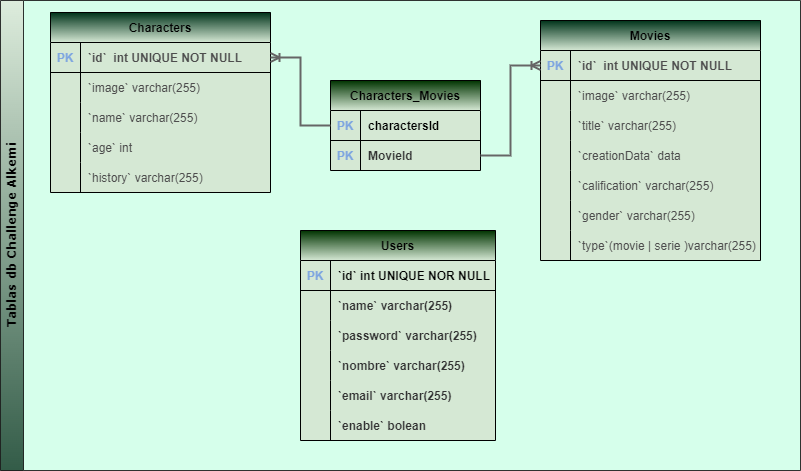
alekusa/api_nodejs keeps this draw.io diagram as db.png. Above is the earlier version. Source tidied: cells renumbered, new cells last; positions are measured from the earlier drawing's top-left corner, leaving out a move shared by most shapes.
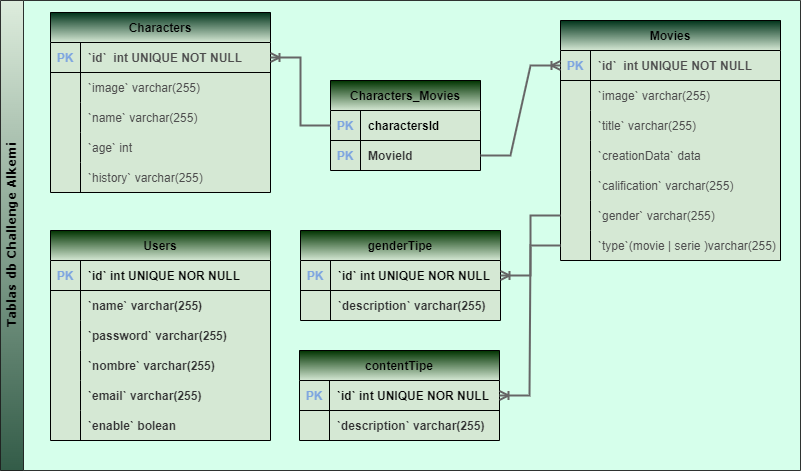
The same diagram one commit later.

Change to the diagram source:
```diff
@@ -84,7 +84,7 @@
       <mxGeometry relative="1" as="geometry" />
     </mxCell>
     <mxCell id="29" value="Movies" style="shape=table;startSize=30;rowLines=0;fontStyle=1;align=center;gradientColor=#00331A;swimlaneFillColor=#D5E8D4;fillColor=#D5E8D4;fontColor=#000000;gradientDirection=north;" parent="2" vertex="1">
-      <mxGeometry x="540" y="20" width="220" height="240" as="geometry" />
+      <mxGeometry x="560" y="20" width="220" height="240" as="geometry" />
     </mxCell>
     <mxCell id="30" style="shape=tableRow;horizontal=0;startSize=0;swimlaneHead=0;swimlaneBody=0;fillColor=none;points=[[0,0.5],[1,0.5]];portConstraint=eastwest;strokeColor=inherit;top=0;left=0;right=0;bottom=1;" parent="29" vertex="1">
       <mxGeometry y="30" width="220" height="30" as="geometry" />
@@ -153,61 +153,109 @@
       <mxGeometry relative="1" as="geometry" />
     </mxCell>
     <mxCell id="52" value="Users" style="shape=table;startSize=30;rowLines=0;fontStyle=1;align=center;gradientColor=#003300;gradientDirection=north;swimlaneFillColor=#D5E8D4;fontColor=#000000;fillColor=#D5E8D4;" parent="2" vertex="1">
-      <mxGeometry x="300" y="230" width="195" height="210" as="geometry" />
+      <mxGeometry x="50" y="230" width="220" height="210" as="geometry" />
     </mxCell>
     <mxCell id="53" style="shape=tableRow;horizontal=0;startSize=0;swimlaneHead=0;swimlaneBody=0;fillColor=none;strokeColor=inherit;top=0;left=0;right=0;bottom=1;fontColor=#666666;" parent="52" vertex="1">
-      <mxGeometry y="30" width="195" height="30" as="geometry" />
+      <mxGeometry y="30" width="220" height="30" as="geometry" />
     </mxCell>
     <mxCell id="54" value="PK" style="shape=partialRectangle;overflow=hidden;fillColor=none;strokeColor=inherit;top=0;left=0;bottom=0;right=0;fontStyle=1;fontColor=#7EA6E0;" parent="53" vertex="1">
       <mxGeometry width="30" height="30" as="geometry" />
     </mxCell>
     <mxCell id="55" value="`id` int UNIQUE NOR NULL" style="shape=partialRectangle;overflow=hidden;fillColor=none;align=left;strokeColor=inherit;top=0;left=0;bottom=0;right=0;spacingLeft=6;fontStyle=1;fontColor=#000000;" parent="53" vertex="1">
-      <mxGeometry x="30" width="165" height="30" as="geometry" />
+      <mxGeometry x="30" width="190" height="30" as="geometry" />
     </mxCell>
     <mxCell id="56" style="shape=tableRow;horizontal=0;startSize=0;swimlaneHead=0;swimlaneBody=0;fillColor=none;strokeColor=inherit;top=0;left=0;right=0;bottom=0;fontColor=#666666;" parent="52" vertex="1">
-      <mxGeometry y="60" width="195" height="30" as="geometry" />
+      <mxGeometry y="60" width="220" height="30" as="geometry" />
     </mxCell>
     <mxCell id="57" style="shape=partialRectangle;overflow=hidden;fillColor=none;strokeColor=inherit;top=0;left=0;bottom=0;right=0;fontColor=#7EA6E0;fontStyle=1;" parent="56" vertex="1">
       <mxGeometry width="30" height="30" as="geometry" />
     </mxCell>
     <mxCell id="58" value="`name` varchar(255)" style="shape=partialRectangle;overflow=hidden;fillColor=none;align=left;strokeColor=inherit;top=0;left=0;bottom=0;right=0;spacingLeft=6;fontColor=#333333;fontStyle=1;" parent="56" vertex="1">
-      <mxGeometry x="30" width="165" height="30" as="geometry" />
+      <mxGeometry x="30" width="190" height="30" as="geometry" />
     </mxCell>
     <mxCell id="59" style="shape=tableRow;horizontal=0;startSize=0;swimlaneHead=0;swimlaneBody=0;fillColor=none;strokeColor=inherit;top=0;left=0;right=0;bottom=0;fontColor=#666666;" parent="52" vertex="1">
-      <mxGeometry y="90" width="195" height="30" as="geometry" />
+      <mxGeometry y="90" width="220" height="30" as="geometry" />
     </mxCell>
     <mxCell id="60" style="shape=partialRectangle;overflow=hidden;fillColor=none;strokeColor=inherit;top=0;left=0;bottom=0;right=0;fontColor=#7EA6E0;fontStyle=1;" parent="59" vertex="1">
       <mxGeometry width="30" height="30" as="geometry" />
     </mxCell>
     <mxCell id="61" value="`password` varchar(255)" style="shape=partialRectangle;overflow=hidden;fillColor=none;align=left;strokeColor=inherit;top=0;left=0;bottom=0;right=0;spacingLeft=6;fontColor=#333333;fontStyle=1;" parent="59" vertex="1">
-      <mxGeometry x="30" width="165" height="30" as="geometry" />
+      <mxGeometry x="30" width="190" height="30" as="geometry" />
     </mxCell>
     <mxCell id="62" style="shape=tableRow;horizontal=0;startSize=0;swimlaneHead=0;swimlaneBody=0;fillColor=none;strokeColor=inherit;top=0;left=0;right=0;bottom=0;fontColor=#666666;" parent="52" vertex="1">
-      <mxGeometry y="120" width="195" height="30" as="geometry" />
+      <mxGeometry y="120" width="220" height="30" as="geometry" />
     </mxCell>
     <mxCell id="63" style="shape=partialRectangle;overflow=hidden;fillColor=none;strokeColor=inherit;top=0;left=0;bottom=0;right=0;fontColor=#7EA6E0;fontStyle=1;" parent="62" vertex="1">
       <mxGeometry width="30" height="30" as="geometry" />
     </mxCell>
     <mxCell id="64" value="`nombre` varchar(255)" style="shape=partialRectangle;overflow=hidden;fillColor=none;align=left;strokeColor=inherit;top=0;left=0;bottom=0;right=0;spacingLeft=6;fontColor=#333333;fontStyle=1;" parent="62" vertex="1">
-      <mxGeometry x="30" width="165" height="30" as="geometry" />
+      <mxGeometry x="30" width="190" height="30" as="geometry" />
     </mxCell>
     <mxCell id="65" style="shape=tableRow;horizontal=0;startSize=0;swimlaneHead=0;swimlaneBody=0;fillColor=none;strokeColor=inherit;top=0;left=0;right=0;bottom=0;fontColor=#666666;" parent="52" vertex="1">
-      <mxGeometry y="150" width="195" height="30" as="geometry" />
+      <mxGeometry y="150" width="220" height="30" as="geometry" />
     </mxCell>
     <mxCell id="66" style="shape=partialRectangle;overflow=hidden;fillColor=none;strokeColor=inherit;top=0;left=0;bottom=0;right=0;fontColor=#7EA6E0;fontStyle=1;" parent="65" vertex="1">
       <mxGeometry width="30" height="30" as="geometry" />
     </mxCell>
     <mxCell id="67" value="`email` varchar(255)" style="shape=partialRectangle;overflow=hidden;fillColor=none;align=left;strokeColor=inherit;top=0;left=0;bottom=0;right=0;spacingLeft=6;fontColor=#333333;fontStyle=1;" parent="65" vertex="1">
-      <mxGeometry x="30" width="165" height="30" as="geometry" />
+      <mxGeometry x="30" width="190" height="30" as="geometry" />
     </mxCell>
     <mxCell id="68" style="shape=tableRow;horizontal=0;startSize=0;swimlaneHead=0;swimlaneBody=0;fillColor=none;strokeColor=inherit;top=0;left=0;right=0;bottom=0;fontColor=#666666;" parent="52" vertex="1">
-      <mxGeometry y="180" width="195" height="30" as="geometry" />
+      <mxGeometry y="180" width="220" height="30" as="geometry" />
     </mxCell>
     <mxCell id="69" style="shape=partialRectangle;overflow=hidden;fillColor=none;strokeColor=inherit;top=0;left=0;bottom=0;right=0;fontColor=#7EA6E0;fontStyle=1;" parent="68" vertex="1">
       <mxGeometry width="30" height="30" as="geometry" />
     </mxCell>
     <mxCell id="70" value="`enable` bolean" style="shape=partialRectangle;overflow=hidden;fillColor=none;align=left;strokeColor=inherit;top=0;left=0;bottom=0;right=0;spacingLeft=6;fontColor=#333333;fontStyle=1;" parent="68" vertex="1">
-      <mxGeometry x="30" width="165" height="30" as="geometry" />
+      <mxGeometry x="30" width="190" height="30" as="geometry" />
     </mxCell>
+    <mxCell id="71" value="genderTipe" style="shape=table;startSize=30;rowLines=0;fontStyle=1;align=center;gradientColor=#003300;gradientDirection=north;swimlaneFillColor=#D5E8D4;fontColor=#000000;fillColor=#D5E8D4;" parent="2" vertex="1">
+      <mxGeometry x="300" y="230" width="200" height="90" as="geometry" />
+    </mxCell>
+    <mxCell id="72" style="shape=tableRow;horizontal=0;startSize=0;swimlaneHead=0;swimlaneBody=0;fillColor=none;points=[[0,0.5],[1,0.5]];portConstraint=eastwest;strokeColor=inherit;top=0;left=0;right=0;bottom=1;fontColor=#666666;" parent="71" vertex="1">
+      <mxGeometry y="30" width="200" height="30" as="geometry" />
+    </mxCell>
+    <mxCell id="73" value="PK" style="shape=partialRectangle;overflow=hidden;fillColor=none;strokeColor=inherit;top=0;left=0;bottom=0;right=0;fontStyle=1;fontColor=#7EA6E0;" parent="72" vertex="1">
+      <mxGeometry width="30" height="30" as="geometry" />
+    </mxCell>
+    <mxCell id="74" value="`id` int UNIQUE NOR NULL" style="shape=partialRectangle;overflow=hidden;fillColor=none;align=left;strokeColor=inherit;top=0;left=0;bottom=0;right=0;spacingLeft=6;fontStyle=1;fontColor=#000000;" parent="72" vertex="1">
+      <mxGeometry x="30" width="170" height="30" as="geometry" />
+    </mxCell>
+    <mxCell id="75" style="shape=tableRow;horizontal=0;startSize=0;swimlaneHead=0;swimlaneBody=0;fillColor=none;strokeColor=inherit;top=0;left=0;right=0;bottom=0;fontColor=#666666;" parent="71" vertex="1">
+      <mxGeometry y="60" width="200" height="30" as="geometry" />
+    </mxCell>
+    <mxCell id="76" style="shape=partialRectangle;overflow=hidden;fillColor=none;strokeColor=inherit;top=0;left=0;bottom=0;right=0;fontColor=#7EA6E0;fontStyle=1;" parent="75" vertex="1">
+      <mxGeometry width="30" height="30" as="geometry" />
+    </mxCell>
+    <mxCell id="77" value="`description` varchar(255)" style="shape=partialRectangle;overflow=hidden;fillColor=none;align=left;strokeColor=inherit;top=0;left=0;bottom=0;right=0;spacingLeft=6;fontColor=#333333;fontStyle=1;" parent="75" vertex="1">
+      <mxGeometry x="30" width="170" height="30" as="geometry" />
+    </mxCell>
+    <mxCell id="78" value="contentTipe" style="shape=table;startSize=30;rowLines=0;fontStyle=1;align=center;gradientColor=#003300;gradientDirection=north;swimlaneFillColor=#D5E8D4;fontColor=#000000;fillColor=#D5E8D4;" parent="2" vertex="1">
+      <mxGeometry x="299" y="350" width="200" height="90" as="geometry" />
+    </mxCell>
+    <mxCell id="79" style="shape=tableRow;horizontal=0;startSize=0;swimlaneHead=0;swimlaneBody=0;fillColor=none;points=[[0,0.5],[1,0.5]];portConstraint=eastwest;strokeColor=inherit;top=0;left=0;right=0;bottom=1;fontColor=#666666;" parent="78" vertex="1">
+      <mxGeometry y="30" width="200" height="30" as="geometry" />
+    </mxCell>
+    <mxCell id="80" value="PK" style="shape=partialRectangle;overflow=hidden;fillColor=none;strokeColor=inherit;top=0;left=0;bottom=0;right=0;fontStyle=1;fontColor=#7EA6E0;" parent="79" vertex="1">
+      <mxGeometry width="30" height="30" as="geometry" />
+    </mxCell>
+    <mxCell id="81" value="`id` int UNIQUE NOR NULL" style="shape=partialRectangle;overflow=hidden;fillColor=none;align=left;strokeColor=inherit;top=0;left=0;bottom=0;right=0;spacingLeft=6;fontStyle=1;fontColor=#000000;" parent="79" vertex="1">
+      <mxGeometry x="30" width="170" height="30" as="geometry" />
+    </mxCell>
+    <mxCell id="82" style="shape=tableRow;horizontal=0;startSize=0;swimlaneHead=0;swimlaneBody=0;fillColor=none;strokeColor=inherit;top=0;left=0;right=0;bottom=0;fontColor=#666666;" parent="78" vertex="1">
+      <mxGeometry y="60" width="200" height="30" as="geometry" />
+    </mxCell>
+    <mxCell id="83" style="shape=partialRectangle;overflow=hidden;fillColor=none;strokeColor=inherit;top=0;left=0;bottom=0;right=0;fontColor=#7EA6E0;fontStyle=1;" parent="82" vertex="1">
+      <mxGeometry width="30" height="30" as="geometry" />
+    </mxCell>
+    <mxCell id="84" value="`description` varchar(255)" style="shape=partialRectangle;overflow=hidden;fillColor=none;align=left;strokeColor=inherit;top=0;left=0;bottom=0;right=0;spacingLeft=6;fontColor=#333333;fontStyle=1;" parent="82" vertex="1">
+      <mxGeometry x="30" width="170" height="30" as="geometry" />
+    </mxCell>
+    <mxCell id="85" style="edgeStyle=entityRelationEdgeStyle;fontSize=12;html=1;endArrow=ERoneToMany;rounded=0;exitX=0;exitY=0.5;exitDx=0;exitDy=0;entryX=1;entryY=0.5;entryDx=0;entryDy=0;strokeWidth=2;strokeColor=#666666;" parent="2" edge="1" source="45" target="72">
+      <mxGeometry relative="1" as="geometry" />
+    </mxCell>
+    <mxCell id="86" style="edgeStyle=entityRelationEdgeStyle;fontSize=12;html=1;endArrow=ERoneToMany;rounded=0;exitX=0;exitY=0.5;exitDx=0;exitDy=0;entryX=1;entryY=0.5;entryDx=0;entryDy=0;strokeWidth=2;strokeColor=#666666;" parent="2" edge="1" source="48" target="79">
+      <mxGeometry relative="1" as="geometry" />
+    </mxCell>
   </root>
 </mxGraphModel>
```
